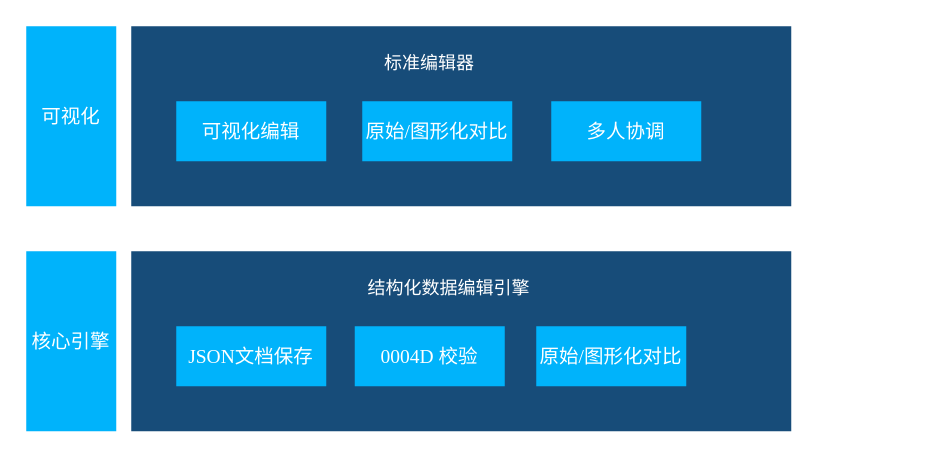
Before: 标准化/编辑器技术架构图.drawio in DemonHan/KuickBuy, a draw.io diagram. Source tidied: cells renumbered, new cells numbered last; positions are measured from the earlier drawing's top-left corner, leaving out a move shared by most shapes. Both pictures are drawn from the tidied source at 150%, with x=0, y=0 at pixel (26, 26).
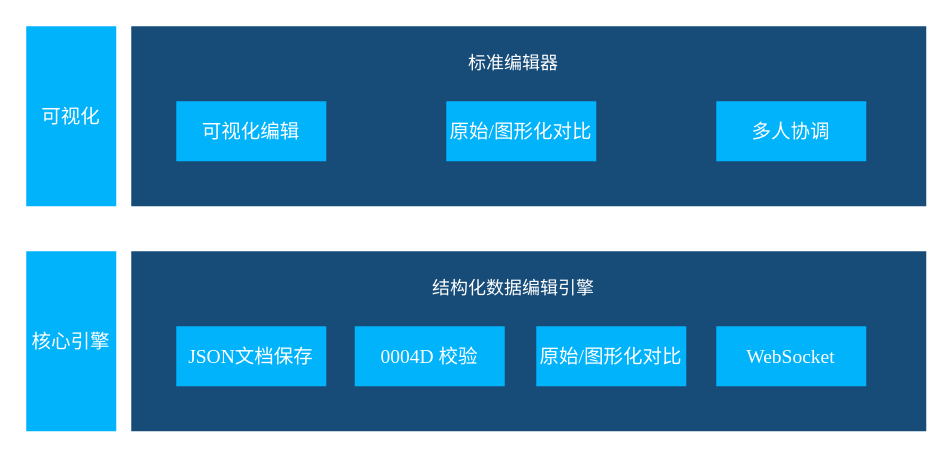
The same diagram, later.

Commit message (it also covers changes not shown here):
更新编辑器技术架构图.drawio

The edit, as a diff of the source:
```diff
@@
 <mxGraphModel>
   <root>
     <mxCell id="0" />
     <mxCell id="1" parent="0" />
     <mxCell id="2" style="rounded=0;whiteSpace=wrap;html=1;fillColor=light-dark(#174c79, #6894c8);strokeColor=none;fontFamily=Times New Roman;" parent="1" vertex="1">
-      <mxGeometry x="70" width="440" height="120" as="geometry" />
+      <mxGeometry x="70" width="530" height="120" as="geometry" />
     </mxCell>
     <mxCell id="3" value="&lt;font color=&quot;#ffffff&quot;&gt;&lt;span style=&quot;font-size: 13px;&quot;&gt;可视化&lt;/span&gt;&lt;/font&gt;" style="rounded=0;whiteSpace=wrap;html=1;fillColor=light-dark(#00b3fb, #1e4a76);strokeColor=none;fontFamily=Times New Roman;" parent="1" vertex="1">
       <mxGeometry width="60" height="120" as="geometry" />
     </mxCell>
     <mxCell id="4" value="&lt;font color=&quot;#ffffff&quot;&gt;&lt;span style=&quot;font-size: 13px;&quot;&gt;可视化编辑&lt;/span&gt;&lt;/font&gt;" style="rounded=0;whiteSpace=wrap;html=1;fillColor=light-dark(#00b3fb, #1e4a76);strokeColor=none;fontFamily=Times New Roman;" parent="1" vertex="1">
       <mxGeometry x="100" y="50" width="100" height="40" as="geometry" />
     </mxCell>
     <mxCell id="5" value="标准编辑器" style="text;html=1;align=center;verticalAlign=middle;whiteSpace=wrap;rounded=0;fontColor=light-dark(#ffffff, #ededed);" parent="1" vertex="1">
-      <mxGeometry x="224" y="10" width="90" height="30" as="geometry" />
+      <mxGeometry x="280" y="10" width="90" height="30" as="geometry" />
     </mxCell>
     <mxCell id="6" value="&lt;font color=&quot;#ffffff&quot;&gt;&lt;span style=&quot;font-size: 13px;&quot;&gt;原始/图形化对比&lt;/span&gt;&lt;/font&gt;" style="rounded=0;whiteSpace=wrap;html=1;fillColor=light-dark(#00b3fb, #1e4a76);strokeColor=none;fontFamily=Times New Roman;" parent="1" vertex="1">
-      <mxGeometry x="224" y="50" width="100" height="40" as="geometry" />
+      <mxGeometry x="280" y="50" width="100" height="40" as="geometry" />
     </mxCell>
     <mxCell id="7" value="&lt;font color=&quot;#ffffff&quot;&gt;&lt;span style=&quot;font-size: 13px;&quot;&gt;多人协调&lt;/span&gt;&lt;/font&gt;" style="rounded=0;whiteSpace=wrap;html=1;fillColor=light-dark(#00b3fb, #1e4a76);strokeColor=none;fontFamily=Times New Roman;" parent="1" vertex="1">
-      <mxGeometry x="350" y="50" width="100" height="40" as="geometry" />
+      <mxGeometry x="460" y="50" width="100" height="40" as="geometry" />
     </mxCell>
     <mxCell id="8" value="&lt;font color=&quot;#ffffff&quot;&gt;&lt;span style=&quot;font-size: 13px;&quot;&gt;核心引擎&lt;/span&gt;&lt;/font&gt;" style="rounded=0;whiteSpace=wrap;html=1;fillColor=light-dark(#00b3fb, #1e4a76);strokeColor=none;fontFamily=Times New Roman;" parent="1" vertex="1">
       <mxGeometry y="150" width="60" height="120" as="geometry" />
     </mxCell>
     <mxCell id="9" style="rounded=0;whiteSpace=wrap;html=1;fillColor=light-dark(#174c79, #6894c8);strokeColor=none;fontFamily=Times New Roman;" parent="1" vertex="1">
-      <mxGeometry x="70" y="150" width="440" height="120" as="geometry" />
+      <mxGeometry x="70" y="150" width="530" height="120" as="geometry" />
     </mxCell>
     <mxCell id="10" value="结构化数据编辑引擎" style="text;html=1;align=center;verticalAlign=middle;whiteSpace=wrap;rounded=0;fontColor=light-dark(#ffffff, #ededed);" parent="1" vertex="1">
-      <mxGeometry x="224" y="160" width="116" height="30" as="geometry" />
+      <mxGeometry x="267" y="160" width="116" height="30" as="geometry" />
     </mxCell>
     <mxCell id="11" value="&lt;font color=&quot;#ffffff&quot;&gt;&lt;span style=&quot;font-size: 13px;&quot;&gt;JSON文档保存&lt;/span&gt;&lt;/font&gt;" style="rounded=0;whiteSpace=wrap;html=1;fillColor=light-dark(#00b3fb, #1e4a76);strokeColor=none;fontFamily=Times New Roman;" parent="1" vertex="1">
       <mxGeometry x="100" y="200" width="100" height="40" as="geometry" />
     </mxCell>
     <mxCell id="12" value="&lt;font color=&quot;#ffffff&quot;&gt;&lt;span style=&quot;font-size: 13px;&quot;&gt;0004D 校验&lt;/span&gt;&lt;/font&gt;" style="rounded=0;whiteSpace=wrap;html=1;fillColor=light-dark(#00b3fb, #1e4a76);strokeColor=none;fontFamily=Times New Roman;" parent="1" vertex="1">
       <mxGeometry x="219" y="200" width="100" height="40" as="geometry" />
     </mxCell>
     <mxCell id="13" value="&lt;font color=&quot;#ffffff&quot;&gt;&lt;span style=&quot;font-size: 13px;&quot;&gt;原始/图形化对比&lt;/span&gt;&lt;/font&gt;" style="rounded=0;whiteSpace=wrap;html=1;fillColor=light-dark(#00b3fb, #1e4a76);strokeColor=none;fontFamily=Times New Roman;" parent="1" vertex="1">
       <mxGeometry x="340" y="200" width="100" height="40" as="geometry" />
     </mxCell>
+    <mxCell id="14" value="&lt;font color=&quot;#ffffff&quot;&gt;&lt;span style=&quot;font-size: 13px;&quot;&gt;WebSocket&lt;/span&gt;&lt;/font&gt;" style="rounded=0;whiteSpace=wrap;html=1;fillColor=light-dark(#00b3fb, #1e4a76);strokeColor=none;fontFamily=Times New Roman;" parent="1" vertex="1">
+      <mxGeometry x="460" y="200" width="100" height="40" as="geometry" />
+    </mxCell>
   </root>
 </mxGraphModel>
```
